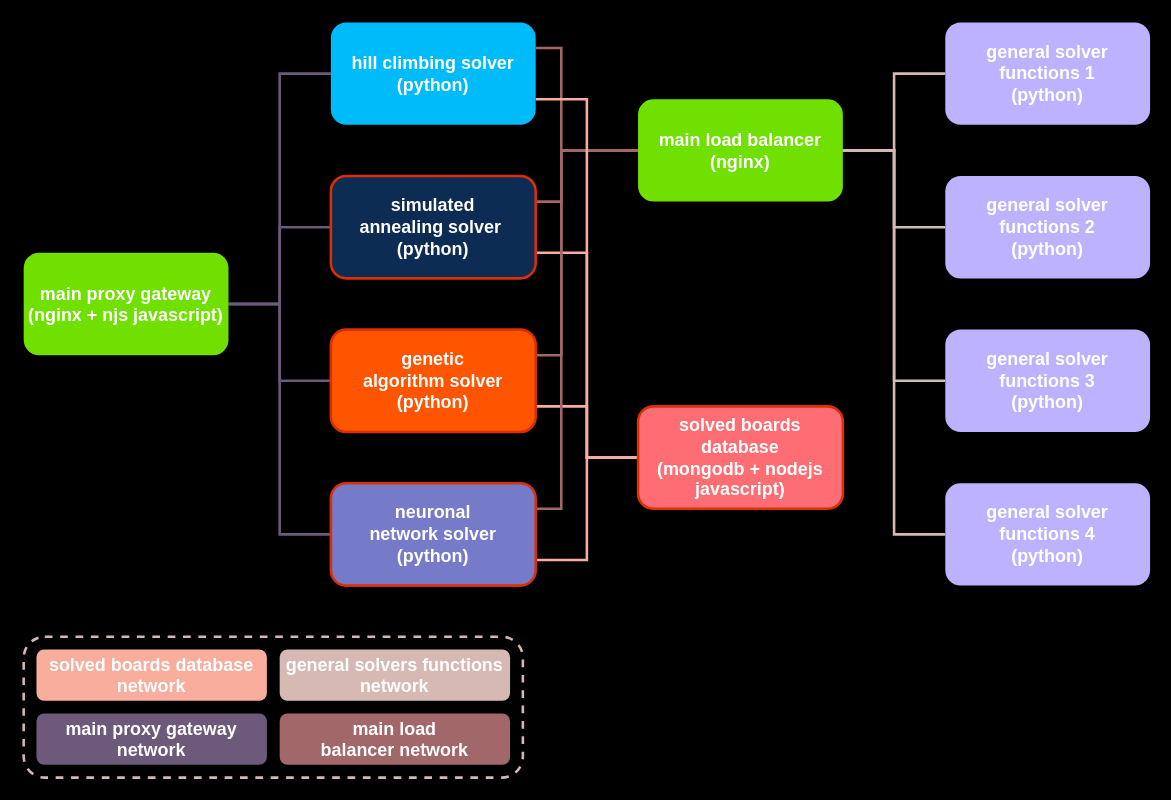
Earlier version of the draw.io diagram images/sudoku_solver.drawio (joseesco24/sudoku_solver). Source tidied: cells renumbered, new cells numbered last; positions are measured from the earlier drawing's top-left corner, leaving out a move shared by most shapes. Both pictures are drawn from the tidied source at 128%, with x=0, y=0 at pixel (23, 22).
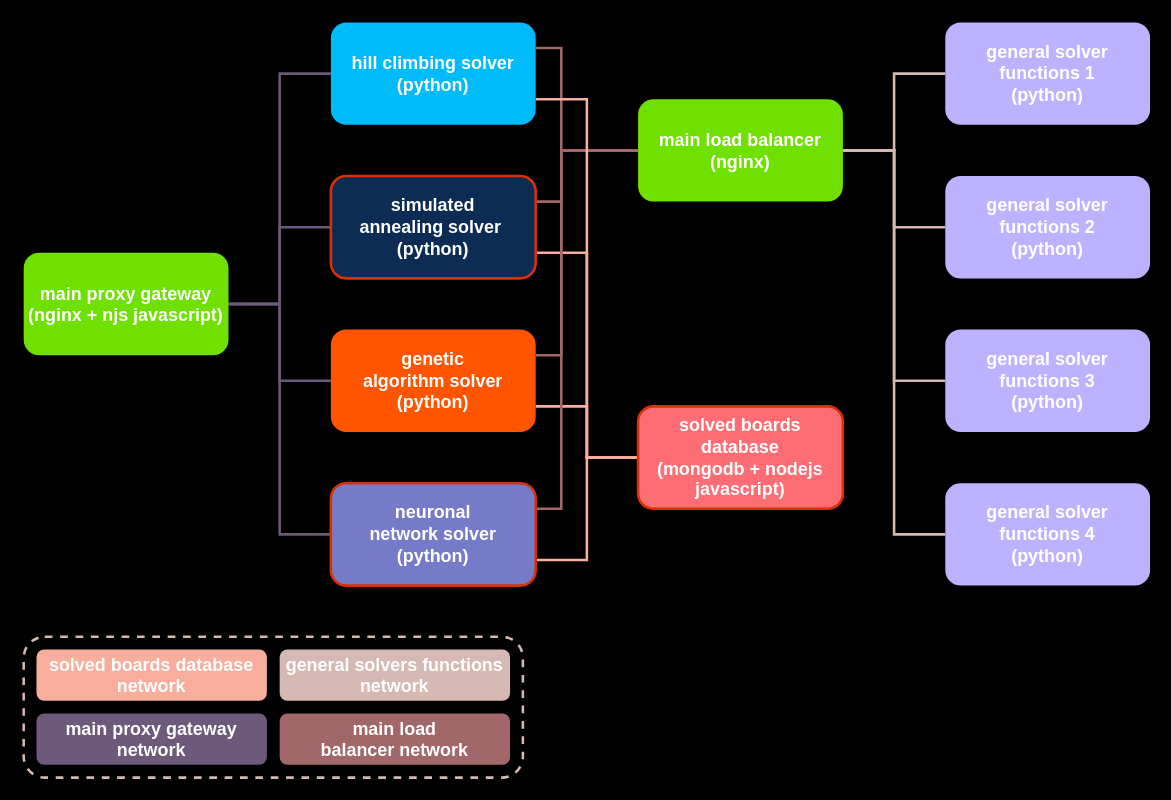
The same diagram, later.

The edit, as a diff of the source:
```diff
@@
-    <mxCell id="13" value="&lt;font color=&quot;#ffffff&quot;&gt;&lt;span style=&quot;font-size: 14px&quot;&gt;&lt;b&gt;genetic algorithm&amp;nbsp;solver (python)&lt;/b&gt;&lt;/span&gt;&lt;/font&gt;" style="rounded=1;whiteSpace=wrap;html=1;strokeWidth=2;fillColor=#ff5400;strokeColor=#dc2f02;" parent="1" vertex="1">
+    <mxCell id="13" value="&lt;font color=&quot;#ffffff&quot;&gt;&lt;span style=&quot;font-size: 14px&quot;&gt;&lt;b&gt;genetic algorithm&amp;nbsp;solver (python)&lt;/b&gt;&lt;/span&gt;&lt;/font&gt;" style="rounded=1;whiteSpace=wrap;html=1;strokeWidth=2;fillColor=#ff5400;strokeColor=none;" parent="1" vertex="1">
       <mxGeometry x="240" y="240" width="160" height="80" as="geometry" />
     </mxCell>
```
